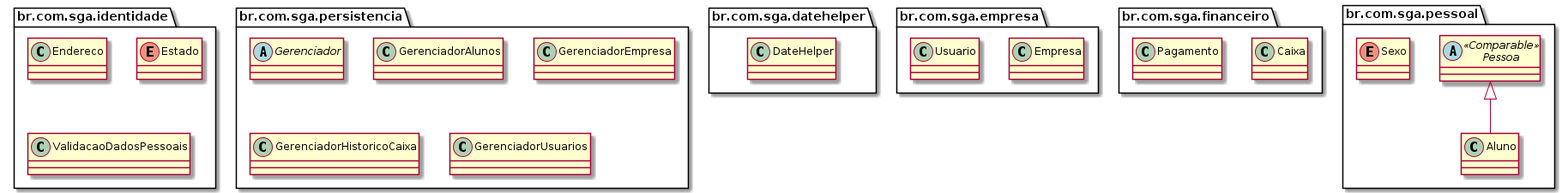
The PlantUML diagram doc/uml/sga.png in botelhocpp/SGA, before a commit.
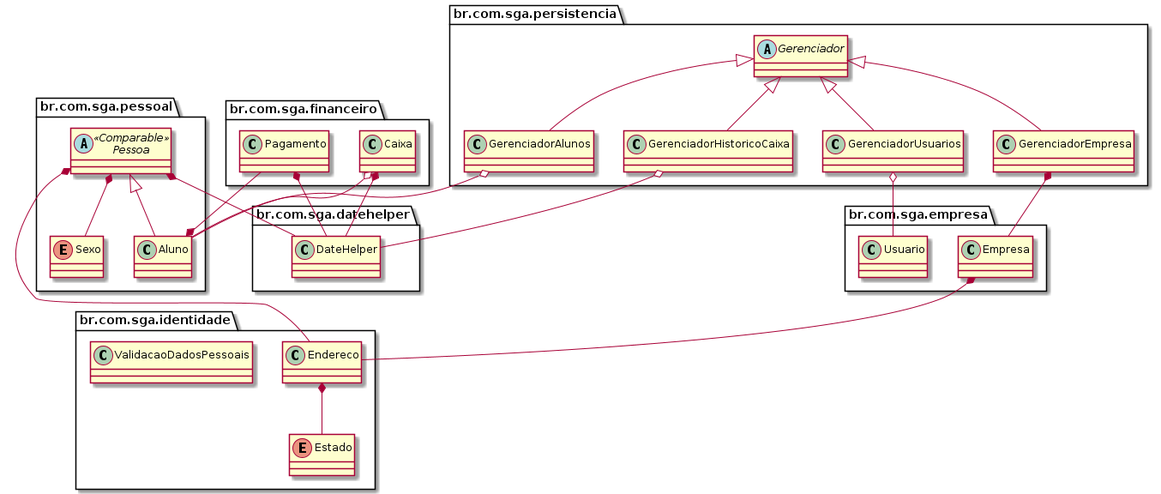
The same file after the commit.

Change to the diagram source:
```diff
@@ -85,5 +85,30 @@
      }
 }
 
+Gerenciador <|-- GerenciadorAlunos
+Gerenciador <|-- GerenciadorEmpresa
+Gerenciador <|-- GerenciadorHistoricoCaixa
+Gerenciador <|-- GerenciadorUsuarios
+
+Pessoa *-- DateHelper
+Pessoa *-- Endereco
+Pessoa *-- Sexo
+
+Aluno *-- Pagamento
+
+GerenciadorUsuarios o-- Usuario
+GerenciadorHistoricoCaixa o-- DateHelper
+GerenciadorEmpresa *-- Empresa
+GerenciadorAlunos o-- Aluno
+
+Endereco *-- Estado
+
+Pagamento *-- DateHelper
+
+Caixa *-- DateHelper
+Caixa o-- Aluno
+
+Empresa *-- Endereco
+
 
 @enduml
```
